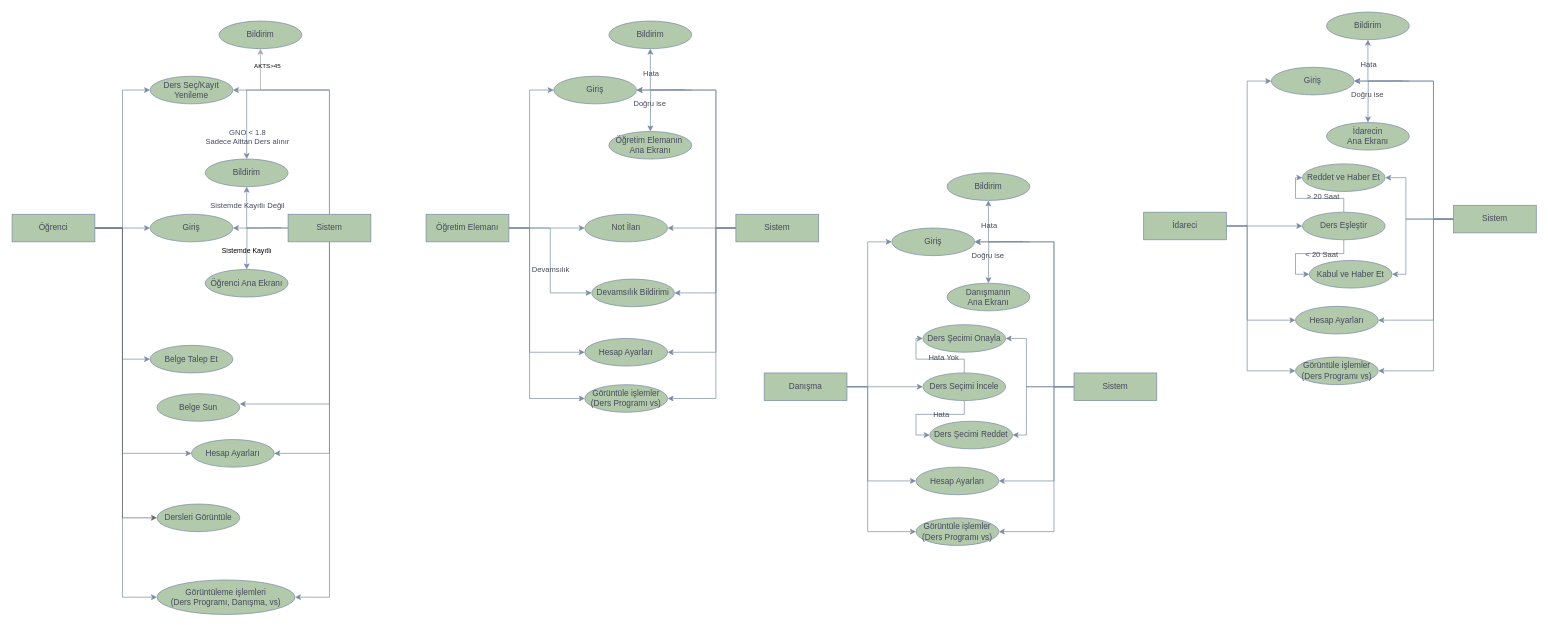
Above: DrawIO(UML)/UBYS UML Special USE CASEs.drawio in FP-Leo/Student_Information-_System-UBYS (draw.io), before the change. Source tidied: cells renumbered, new cells numbered last; positions are measured from the earlier drawing's top-left corner, leaving out a move shared by most shapes. Both pictures are drawn from the tidied source at 69%, with x=0, y=0 at pixel (12, 12).
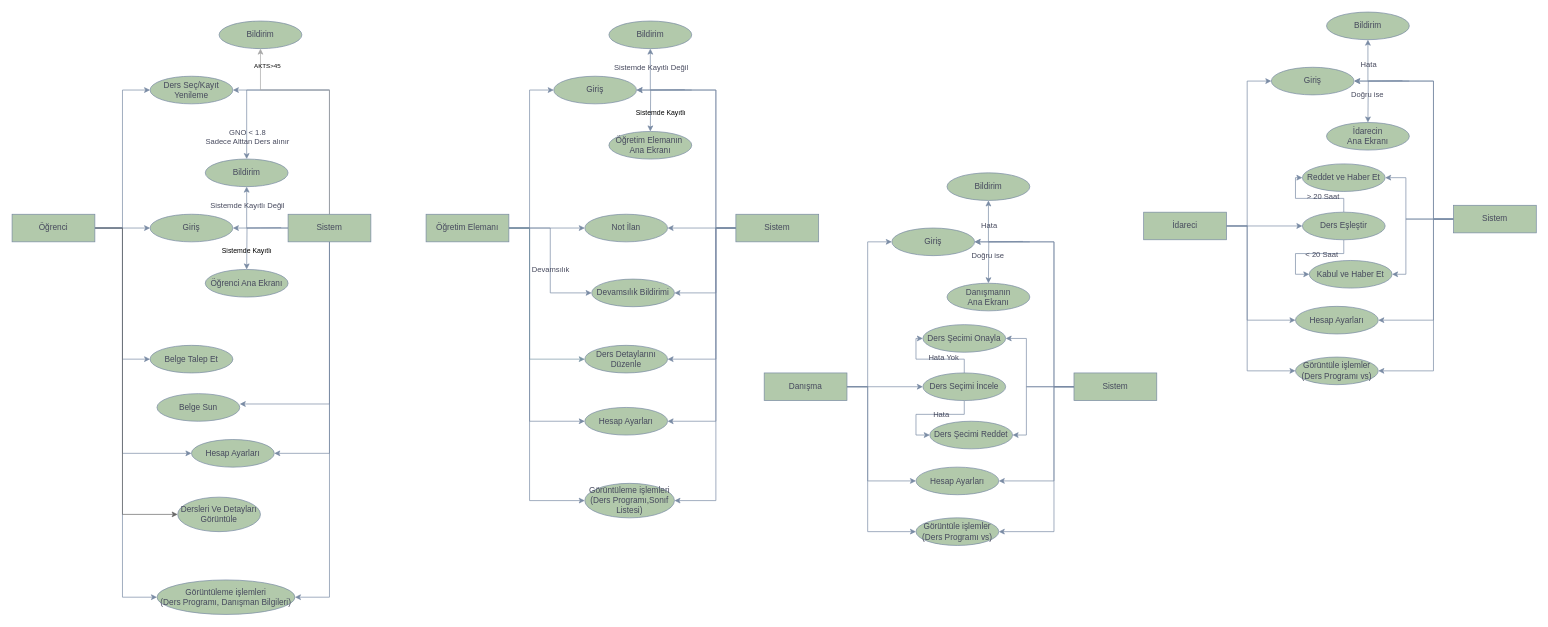
The same page after the edit.

Commit message:
lecturer use case edited

The change refers to these unchanged cells:
```xml
<mxCell id="8" value="Öğrenci" style="rounded=0;whiteSpace=wrap;html=1;labelBackgroundColor=none;fillColor=#B2C9AB;strokeColor=#788AA3;fontColor=#46495D;" parent="1" vertex="1">
  <mxGeometry y="293" width="120" height="40" as="geometry" />
</mxCell>
<mxCell id="35" value="Öğretim Elemanı" style="rounded=0;whiteSpace=wrap;html=1;labelBackgroundColor=none;fillColor=#B2C9AB;strokeColor=#788AA3;fontColor=#46495D;" parent="1" vertex="1">
  <mxGeometry x="600" y="293" width="120" height="40" as="geometry" />
</mxCell>
<mxCell id="38" style="edgeStyle=orthogonalEdgeStyle;rounded=0;jettySize=auto;html=1;entryX=0.5;entryY=1;entryDx=0;entryDy=0;labelBackgroundColor=none;strokeColor=#788AA3;fontColor=default;" parent="1" edge="1" source="44" target="49">
  <mxGeometry relative="1" as="geometry">
    <Array as="points">
      <mxPoint x="1020" y="313" />
      <mxPoint x="1020" y="113" />
      <mxPoint x="925" y="113" />
    </Array>
  </mxGeometry>
</mxCell>
<mxCell id="44" value="Sistem" style="rounded=0;whiteSpace=wrap;html=1;labelBackgroundColor=none;fillColor=#B2C9AB;strokeColor=#788AA3;fontColor=#46495D;" parent="1" vertex="1">
  <mxGeometry x="1049" y="293" width="120" height="40" as="geometry" />
</mxCell>
<mxCell id="47" style="edgeStyle=orthogonalEdgeStyle;rounded=0;orthogonalLoop=1;jettySize=auto;html=1;entryX=0.583;entryY=0.015;entryDx=0;entryDy=0;entryPerimeter=0;exitX=0;exitY=0.5;exitDx=0;exitDy=0;labelBackgroundColor=none;strokeColor=#788AA3;fontColor=default;" parent="1" edge="1">
  <mxGeometry relative="1" as="geometry">
    <mxPoint x="975" y="112.4" as="sourcePoint" />
    <mxPoint x="925" y="173" as="targetPoint" />
  </mxGeometry>
</mxCell>
```

Change to the diagram source:
```diff
@@
     <mxCell id="7" style="edgeStyle=orthogonalEdgeStyle;rounded=0;jettySize=auto;html=1;entryX=0;entryY=0.5;entryDx=0;entryDy=0;fillColor=#f5f5f5;strokeColor=#666666;" parent="1" edge="1" source="8" target="113">
       <mxGeometry relative="1" as="geometry">
         <Array as="points">
           <mxPoint x="160" y="313" />
-          <mxPoint x="160" y="733" />
+          <mxPoint x="160" y="728" />
         </Array>
       </mxGeometry>
     </mxCell>
@@
-    <mxCell id="27" value="Görüntüleme işlemleri&lt;br&gt;(Ders Programı, Danışma, vs)" style="ellipse;whiteSpace=wrap;html=1;labelBackgroundColor=none;fillColor=#B2C9AB;strokeColor=#788AA3;fontColor=#46495D;" parent="1" vertex="1">
+    <mxCell id="27" value="Görüntüleme işlemleri&lt;br&gt;(Ders Programı, Danışman Bilgileri)" style="ellipse;whiteSpace=wrap;html=1;labelBackgroundColor=none;fillColor=#B2C9AB;strokeColor=#788AA3;fontColor=#46495D;" parent="1" vertex="1">
       <mxGeometry x="210" y="823" width="200" height="50" as="geometry" />
     </mxCell>
@@
     <mxCell id="33" style="edgeStyle=orthogonalEdgeStyle;rounded=0;jettySize=auto;html=1;entryX=0;entryY=0.5;entryDx=0;entryDy=0;labelBackgroundColor=none;strokeColor=#788AA3;fontColor=default;" parent="1" edge="1" source="35" target="50">
       <mxGeometry relative="1" as="geometry">
         <Array as="points">
           <mxPoint x="750" y="313" />
-          <mxPoint x="750" y="493" />
+          <mxPoint x="750" y="593" />
         </Array>
       </mxGeometry>
     </mxCell>
     <mxCell id="34" style="edgeStyle=orthogonalEdgeStyle;rounded=0;jettySize=auto;html=1;entryX=0;entryY=0.5;entryDx=0;entryDy=0;labelBackgroundColor=none;strokeColor=#788AA3;fontColor=default;" parent="1" edge="1" source="35" target="51">
       <mxGeometry relative="1" as="geometry">
         <Array as="points">
           <mxPoint x="750" y="313" />
-          <mxPoint x="750" y="560" />
+          <mxPoint x="750" y="708" />
         </Array>
       </mxGeometry>
     </mxCell>
+    <mxCell id="114" style="edgeStyle=orthogonalEdgeStyle;rounded=0;jettySize=auto;html=1;entryX=0;entryY=0.5;entryDx=0;entryDy=0;fillColor=#f5f5f5;strokeColor=#7894a3;" parent="1" edge="1" source="35" target="117">
+      <mxGeometry relative="1" as="geometry">
+        <Array as="points">
+          <mxPoint x="750" y="313" />
+          <mxPoint x="750" y="503" />
+        </Array>
+      </mxGeometry>
+    </mxCell>
@@
-    <mxCell id="39" value="Hata" style="edgeLabel;html=1;align=center;verticalAlign=middle;labelBackgroundColor=none;fontColor=#46495D;" parent="38" vertex="1">
-      <mxGeometry x="0.82" y="-4" relative="1" as="geometry">
-        <mxPoint x="-4" as="offset" />
-      </mxGeometry>
-    </mxCell>
@@
     <mxCell id="42" style="edgeStyle=orthogonalEdgeStyle;rounded=0;jettySize=auto;html=1;entryX=1;entryY=0.5;entryDx=0;entryDy=0;labelBackgroundColor=none;strokeColor=#788AA3;fontColor=default;" parent="1" edge="1" source="44" target="50">
       <mxGeometry relative="1" as="geometry">
         <Array as="points">
           <mxPoint x="1020" y="313" />
-          <mxPoint x="1020" y="493" />
+          <mxPoint x="1020" y="593" />
         </Array>
       </mxGeometry>
     </mxCell>
     <mxCell id="43" style="edgeStyle=orthogonalEdgeStyle;rounded=0;jettySize=auto;html=1;entryX=1;entryY=0.5;entryDx=0;entryDy=0;labelBackgroundColor=none;strokeColor=#788AA3;fontColor=default;" parent="1" edge="1" source="44" target="51">
       <mxGeometry relative="1" as="geometry">
         <Array as="points">
           <mxPoint x="1020" y="313" />
-          <mxPoint x="1020" y="560" />
+          <mxPoint x="1020" y="708" />
         </Array>
       </mxGeometry>
     </mxCell>
@@
-    <mxCell id="48" value="Doğru ise" style="edgeLabel;html=1;align=center;verticalAlign=middle;labelBackgroundColor=none;fontColor=#46495D;" parent="47" vertex="1">
-      <mxGeometry x="0.26" y="-2" relative="1" as="geometry" />
-    </mxCell>
@@
     <mxCell id="50" value="Hesap Ayarları" style="ellipse;whiteSpace=wrap;html=1;labelBackgroundColor=none;fillColor=#B2C9AB;strokeColor=#788AA3;fontColor=#46495D;" parent="1" vertex="1">
-      <mxGeometry x="830" y="473" width="120" height="40" as="geometry" />
+      <mxGeometry x="830" y="573" width="120" height="40" as="geometry" />
     </mxCell>
-    <mxCell id="51" value="Görüntüle işlemler&lt;br&gt;(Ders Programı vs)" style="ellipse;whiteSpace=wrap;html=1;labelBackgroundColor=none;fillColor=#B2C9AB;strokeColor=#788AA3;fontColor=#46495D;" parent="1" vertex="1">
-      <mxGeometry x="830" y="540" width="120" height="40" as="geometry" />
+    <mxCell id="51" value="Görüntüleme işlemleri&lt;br&gt;(Ders Programı,Sonıf Listesi)" style="ellipse;whiteSpace=wrap;html=1;labelBackgroundColor=none;fillColor=#B2C9AB;strokeColor=#788AA3;fontColor=#46495D;" parent="1" vertex="1">
+      <mxGeometry x="830" y="683" width="130" height="50" as="geometry" />
     </mxCell>
@@
-    <mxCell id="113" value="Dersleri Görüntüle" style="ellipse;whiteSpace=wrap;html=1;labelBackgroundColor=none;fillColor=#B2C9AB;strokeColor=#788AA3;fontColor=#46495D;" parent="1" vertex="1">
-      <mxGeometry x="210" y="713" width="120" height="40" as="geometry" />
+    <mxCell id="113" value="Dersleri Ve Detayları Görüntüle" style="ellipse;whiteSpace=wrap;html=1;labelBackgroundColor=none;fillColor=#B2C9AB;strokeColor=#788AA3;fontColor=#46495D;" parent="1" vertex="1">
+      <mxGeometry x="240" y="703" width="120" height="50" as="geometry" />
     </mxCell>
+    <mxCell id="115" value="Sistemde Kayıtlı Değil" style="edgeLabel;html=1;align=center;verticalAlign=middle;labelBackgroundColor=none;fontColor=#46495D;" parent="1" vertex="1">
+      <mxGeometry x="925" y="80" as="geometry" />
+    </mxCell>
+    <mxCell id="116" value="&lt;font style=&quot;font-size: 10px;&quot;&gt;Sistemde Kayıtlı&lt;/font&gt;" style="text;html=1;align=center;verticalAlign=middle;strokeColor=none;fillColor=none;" parent="1" vertex="1">
+      <mxGeometry x="890" y="130" width="100" height="30" as="geometry" />
+    </mxCell>
+    <mxCell id="117" value="Ders Detaylarını Düzenle" style="ellipse;whiteSpace=wrap;html=1;labelBackgroundColor=none;fillColor=#B2C9AB;strokeColor=#788AA3;fontColor=#46495D;" parent="1" vertex="1">
+      <mxGeometry x="830" y="483" width="120" height="40" as="geometry" />
+    </mxCell>
+    <mxCell id="118" style="edgeStyle=orthogonalEdgeStyle;rounded=0;jettySize=auto;html=1;entryX=1;entryY=0.5;entryDx=0;entryDy=0;strokeColor=#788aa3;" parent="1" edge="1" source="44" target="117">
+      <mxGeometry relative="1" as="geometry">
+        <Array as="points">
+          <mxPoint x="1020" y="313" />
+          <mxPoint x="1020" y="503" />
+        </Array>
+      </mxGeometry>
+    </mxCell>
```
